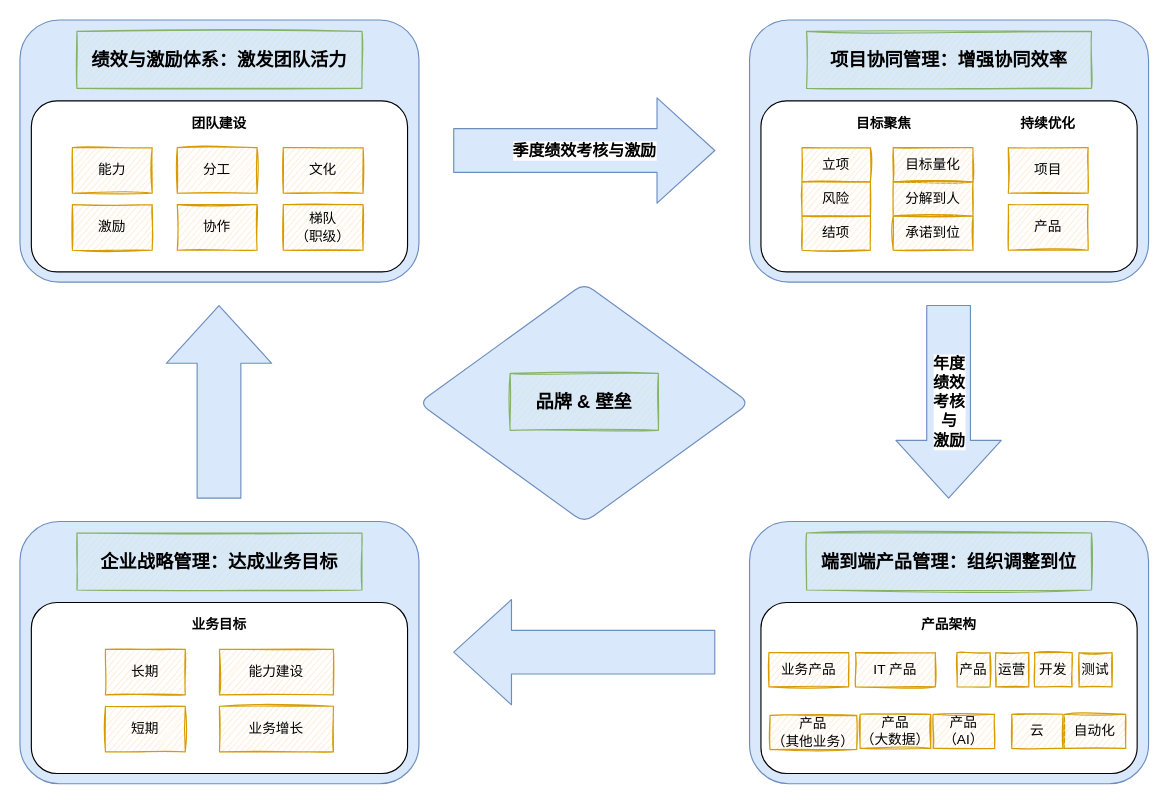
This is 企业IT能力建设的增长飞轮.drawio from GeekKwok/UML, a draw.io file, before an edit. Source tidied: cells renumbered, new cells numbered last; positions are measured from the earlier drawing's top-left corner, leaving out a move shared by most shapes. Both pictures are drawn from the tidied source at 114%, with x=0, y=0 at pixel (19, 19).
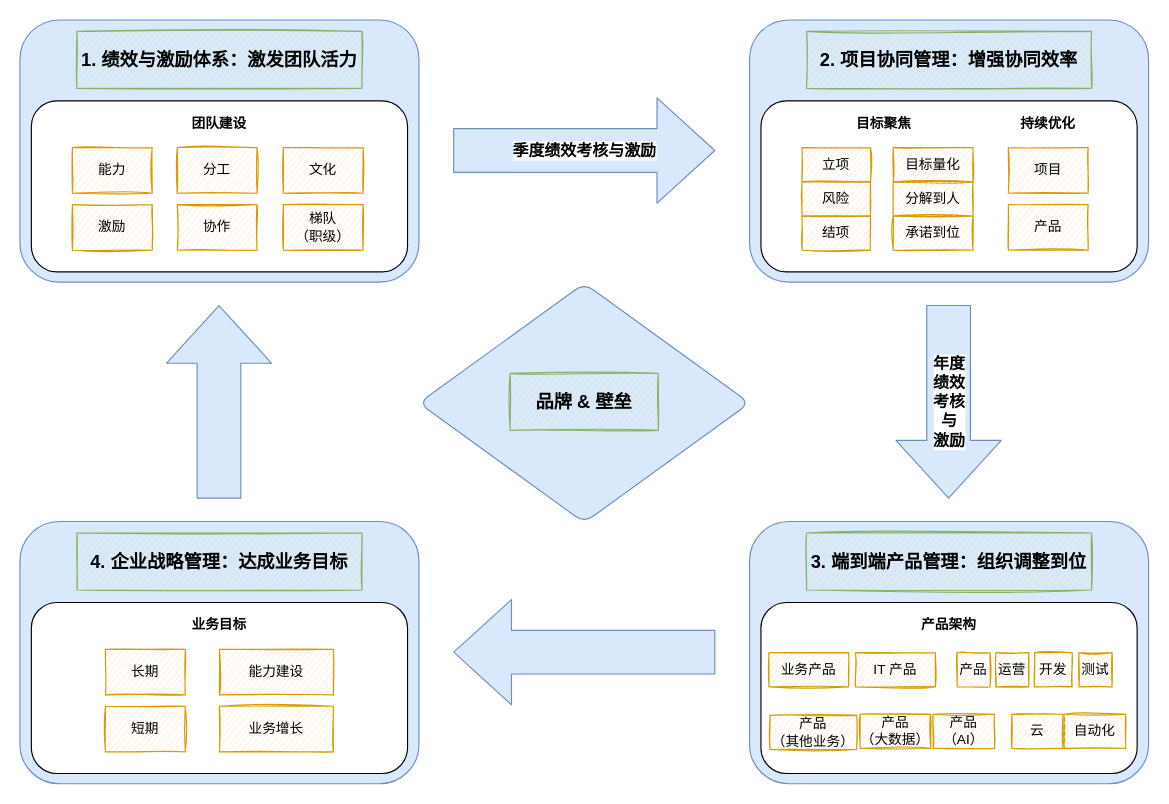
The same diagram, later.

Commit message:
Update 企业IT能力建设的增长飞轮.drawio

Diff of the diagram source:
```diff
@@
-    <mxCell id="6" value="&lt;font style=&quot;font-size: 16px&quot;&gt;&lt;b&gt;项目协同管理：增强协同效率&lt;/b&gt;&lt;/font&gt;" style="rounded=0;whiteSpace=wrap;html=1;fillColor=#d5e8d4;strokeColor=#82b366;shadow=0;sketch=1;glass=0;" parent="1" vertex="1">
+    <mxCell id="6" value="&lt;font style=&quot;font-size: 16px&quot;&gt;&lt;b&gt;2. 项目协同管理：增强协同效率&lt;/b&gt;&lt;/font&gt;" style="rounded=0;whiteSpace=wrap;html=1;fillColor=#d5e8d4;strokeColor=#82b366;shadow=0;sketch=1;glass=0;" parent="1" vertex="1">
       <mxGeometry x="690" y="10" width="250" height="50" as="geometry" />
     </mxCell>
-    <mxCell id="7" value="&lt;b style=&quot;font-size: 16px&quot;&gt;绩效与激励体系：激发团队活力&lt;/b&gt;" style="rounded=0;whiteSpace=wrap;html=1;fillColor=#d5e8d4;strokeColor=#82b366;shadow=0;sketch=1;glass=0;" parent="1" vertex="1">
+    <mxCell id="7" value="&lt;b style=&quot;font-size: 16px&quot;&gt;1. 绩效与激励体系：激发团队活力&lt;/b&gt;" style="rounded=0;whiteSpace=wrap;html=1;fillColor=#d5e8d4;strokeColor=#82b366;shadow=0;sketch=1;glass=0;" parent="1" vertex="1">
       <mxGeometry x="50" y="10" width="250" height="50" as="geometry" />
     </mxCell>
-    <mxCell id="8" value="&lt;font style=&quot;font-size: 16px&quot;&gt;&lt;b&gt;企业战略管理：达成业务目标&lt;/b&gt;&lt;/font&gt;" style="rounded=0;whiteSpace=wrap;html=1;fillColor=#d5e8d4;strokeColor=#82b366;shadow=0;sketch=1;glass=0;" parent="1" vertex="1">
+    <mxCell id="8" value="&lt;font style=&quot;font-size: 16px&quot;&gt;&lt;b&gt;4. 企业战略管理：达成业务目标&lt;/b&gt;&lt;/font&gt;" style="rounded=0;whiteSpace=wrap;html=1;fillColor=#d5e8d4;strokeColor=#82b366;shadow=0;sketch=1;glass=0;" parent="1" vertex="1">
       <mxGeometry x="50" y="450" width="250" height="50" as="geometry" />
     </mxCell>
-    <mxCell id="9" value="&lt;font style=&quot;font-size: 16px&quot;&gt;&lt;b&gt;端到端产品管理：组织调整到位&lt;/b&gt;&lt;/font&gt;" style="rounded=0;whiteSpace=wrap;html=1;fillColor=#d5e8d4;strokeColor=#82b366;shadow=0;sketch=1;glass=0;" parent="1" vertex="1">
+    <mxCell id="9" value="&lt;font style=&quot;font-size: 16px&quot;&gt;&lt;b&gt;3. 端到端产品管理：组织调整到位&lt;/b&gt;&lt;/font&gt;" style="rounded=0;whiteSpace=wrap;html=1;fillColor=#d5e8d4;strokeColor=#82b366;shadow=0;sketch=1;glass=0;" parent="1" vertex="1">
       <mxGeometry x="690" y="450" width="250" height="50" as="geometry" />
     </mxCell>
```
